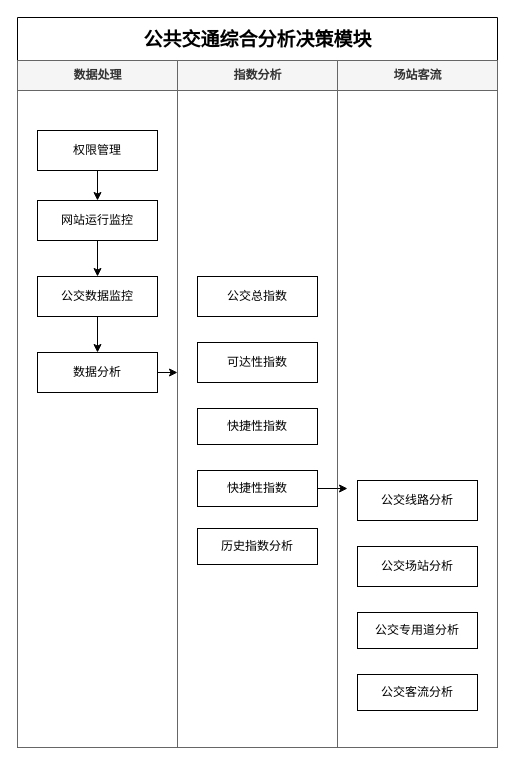
Above: 天津指数项目-公共交通综合分析决策模块.drawio in SmileLikeYe/drawio (draw.io), before the change. Source tidied: cells renumbered, new cells numbered last; positions are measured from the earlier drawing's top-left corner, leaving out a move shared by most shapes. Both pictures are drawn from the tidied source at 100%, with x=0, y=0 at pixel (17, 17).
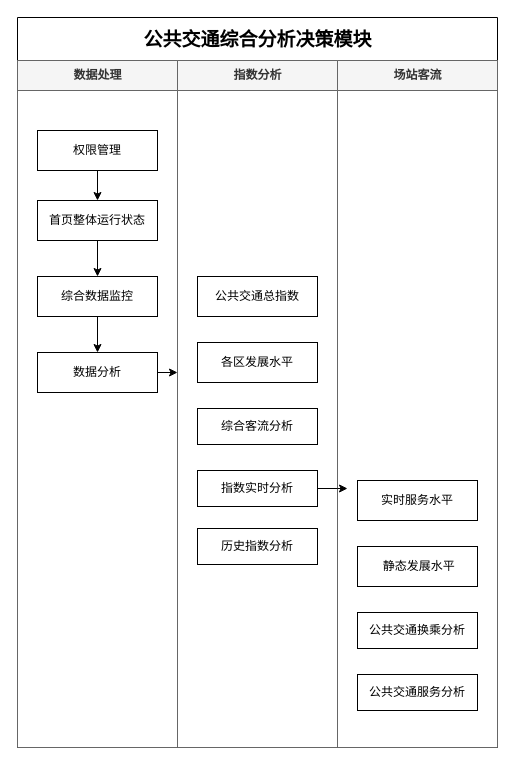
After the change.

Commit message:
Update 天津指数项目-公共交通综合分析决策模块.drawio

The change refers to these unchanged cells:
```xml
<mxCell id="3" value="数据处理" style="swimlane;html=1;startSize=30;fillColor=#f5f5f5;strokeColor=#666666;fontColor=#333333;" parent="2" vertex="1">
  <mxGeometry y="43" width="160" height="687" as="geometry" />
</mxCell>
<mxCell id="11" value="指数分析" style="swimlane;html=1;startSize=30;fillColor=#f5f5f5;strokeColor=#666666;fontColor=#333333;" parent="2" vertex="1">
  <mxGeometry x="160" y="43" width="160" height="687" as="geometry" />
</mxCell>
<mxCell id="18" value="场站客流" style="swimlane;html=1;startSize=30;fillColor=#f5f5f5;strokeColor=#666666;fontColor=#333333;" parent="2" vertex="1">
  <mxGeometry x="320" y="43" width="160" height="687" as="geometry" />
</mxCell>
```

Diff of the diagram source:
```diff
@@
-    <mxCell id="6" value="网站运行监控" style="rounded=0;whiteSpace=wrap;html=1;" parent="3" vertex="1">
+    <mxCell id="6" value="首页整体运行状态" style="rounded=0;whiteSpace=wrap;html=1;" parent="3" vertex="1">
       <mxGeometry x="20" y="140" width="120" height="40" as="geometry" />
     </mxCell>
@@
-    <mxCell id="9" value="公交数据监控" style="rounded=0;whiteSpace=wrap;html=1;" parent="3" vertex="1">
+    <mxCell id="9" value="综合数据监控" style="rounded=0;whiteSpace=wrap;html=1;" parent="3" vertex="1">
       <mxGeometry x="20" y="216" width="120" height="40" as="geometry" />
     </mxCell>
@@
-    <mxCell id="12" value="公交总指数&lt;br&gt;" style="rounded=0;whiteSpace=wrap;html=1;" parent="11" vertex="1">
+    <mxCell id="12" value="公共交通总指数&lt;br&gt;" style="rounded=0;whiteSpace=wrap;html=1;" parent="11" vertex="1">
       <mxGeometry x="20" y="216" width="120" height="40" as="geometry" />
     </mxCell>
-    <mxCell id="13" value="可达性指数" style="rounded=0;whiteSpace=wrap;html=1;" parent="11" vertex="1">
+    <mxCell id="13" value="各区发展水平" style="rounded=0;whiteSpace=wrap;html=1;" parent="11" vertex="1">
       <mxGeometry x="20" y="282" width="120" height="40" as="geometry" />
     </mxCell>
-    <mxCell id="14" value="快捷性指数" style="rounded=0;whiteSpace=wrap;html=1;" parent="11" vertex="1">
+    <mxCell id="14" value="综合客流分析" style="rounded=0;whiteSpace=wrap;html=1;" parent="11" vertex="1">
       <mxGeometry x="20" y="348" width="120" height="36" as="geometry" />
     </mxCell>
-    <mxCell id="15" value="快捷性指数" style="rounded=0;whiteSpace=wrap;html=1;" parent="11" vertex="1">
+    <mxCell id="15" value="指数实时分析" style="rounded=0;whiteSpace=wrap;html=1;" parent="11" vertex="1">
       <mxGeometry x="20" y="410" width="120" height="36" as="geometry" />
     </mxCell>
@@
-    <mxCell id="19" value="公交线路分析" style="rounded=0;whiteSpace=wrap;html=1;" parent="18" vertex="1">
+    <mxCell id="19" value="实时服务水平" style="rounded=0;whiteSpace=wrap;html=1;" parent="18" vertex="1">
       <mxGeometry x="20" y="420" width="120" height="40" as="geometry" />
     </mxCell>
-    <mxCell id="20" value="公交场站分析" style="rounded=0;whiteSpace=wrap;html=1;" parent="18" vertex="1">
+    <mxCell id="20" value="&amp;nbsp;静态发展水平" style="rounded=0;whiteSpace=wrap;html=1;" parent="18" vertex="1">
       <mxGeometry x="20" y="486" width="120" height="40" as="geometry" />
     </mxCell>
-    <mxCell id="21" value="公交专用道分析" style="rounded=0;whiteSpace=wrap;html=1;" parent="18" vertex="1">
+    <mxCell id="21" value="公共交通换乘分析" style="rounded=0;whiteSpace=wrap;html=1;" parent="18" vertex="1">
       <mxGeometry x="20" y="552" width="120" height="36" as="geometry" />
     </mxCell>
-    <mxCell id="22" value="公交客流分析" style="rounded=0;whiteSpace=wrap;html=1;" parent="18" vertex="1">
+    <mxCell id="22" value="公共交通服务分析" style="rounded=0;whiteSpace=wrap;html=1;" parent="18" vertex="1">
       <mxGeometry x="20" y="614" width="120" height="36" as="geometry" />
     </mxCell>
```
